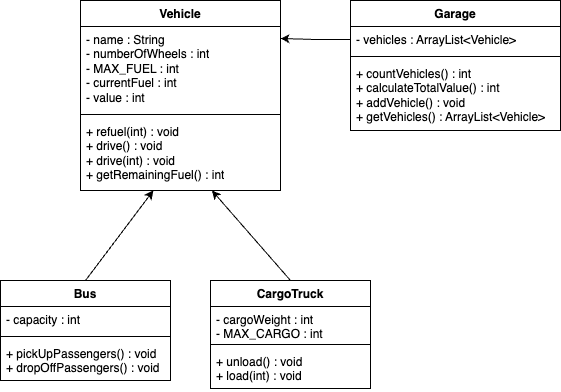
Before: Diagram.drawio.png, a diagram exported from draw.io (TDD66/PolymorphismLab). Source tidied: cells renumbered, new cells last; positions are measured from the earlier drawing's top-left corner, leaving out a move shared by most shapes.
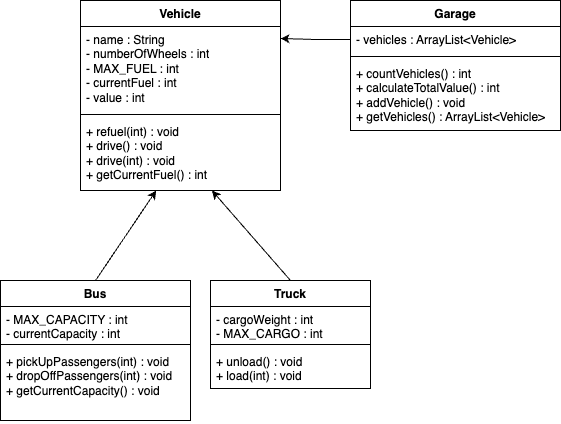
The same diagram one commit later.

What changed in the source:
```diff
@@ -11,7 +11,7 @@
     <mxCell id="4" style="line;strokeWidth=1;fillColor=none;align=left;verticalAlign=middle;spacingTop=-1;spacingLeft=3;spacingRight=3;labelPosition=right;strokeColor=inherit;" parent="2" vertex="1">
       <mxGeometry y="110" width="200" height="8" as="geometry" />
     </mxCell>
-    <mxCell id="5" value="+ refuel(int) : void&lt;br&gt;+ drive() : void&lt;br&gt;+ drive(int) : void&lt;br&gt;+ getRemainingFuel() : int" style="text;strokeColor=none;fillColor=none;align=left;verticalAlign=top;spacingLeft=4;spacingRight=4;overflow=hidden;points=[[0,0.5],[1,0.5]];portConstraint=eastwest;whiteSpace=wrap;html=1;" parent="2" vertex="1">
+    <mxCell id="5" value="+ refuel(int) : void&lt;br&gt;+ drive() : void&lt;br&gt;+ drive(int) : void&lt;br&gt;+ getCurrentFuel() : int" style="text;strokeColor=none;fillColor=none;align=left;verticalAlign=top;spacingLeft=4;spacingRight=4;overflow=hidden;points=[[0,0.5],[1,0.5]];portConstraint=eastwest;whiteSpace=wrap;html=1;" parent="2" vertex="1">
       <mxGeometry y="118" width="200" height="72" as="geometry" />
     </mxCell>
     <mxCell id="6" value="Garage" style="swimlane;fontStyle=1;align=center;verticalAlign=top;horizontal=1;startSize=26;whiteSpace=wrap;html=1;" parent="1" vertex="1">
@@ -27,18 +27,18 @@
       <mxGeometry y="60" width="210" height="70" as="geometry" />
     </mxCell>
     <mxCell id="10" value="Bus" style="swimlane;fontStyle=1;align=center;verticalAlign=top;horizontal=1;startSize=26;whiteSpace=wrap;html=1;" parent="1" vertex="1">
-      <mxGeometry y="280" width="170" height="100" as="geometry" />
+      <mxGeometry y="280" width="190" height="140" as="geometry" />
     </mxCell>
-    <mxCell id="11" value="- capacity : int" style="text;strokeColor=none;fillColor=none;align=left;verticalAlign=top;spacingLeft=4;spacingRight=4;overflow=hidden;whiteSpace=wrap;html=1;" parent="10" vertex="1">
-      <mxGeometry y="26" width="170" height="26" as="geometry" />
+    <mxCell id="11" value="- MAX_CAPACITY : int&lt;br&gt;- currentCapacity : int" style="text;strokeColor=none;fillColor=none;align=left;verticalAlign=top;spacingLeft=4;spacingRight=4;overflow=hidden;whiteSpace=wrap;html=1;" parent="10" vertex="1">
+      <mxGeometry y="26" width="190" height="34" as="geometry" />
     </mxCell>
     <mxCell id="12" style="line;strokeWidth=1;fillColor=none;align=left;verticalAlign=middle;spacingTop=-1;spacingLeft=3;spacingRight=3;labelPosition=right;strokeColor=inherit;" parent="10" vertex="1">
-      <mxGeometry y="52" width="170" height="8" as="geometry" />
+      <mxGeometry y="60" width="190" height="8" as="geometry" />
     </mxCell>
-    <mxCell id="13" value="+ pickUpPassengers() : void&lt;br&gt;+ dropOffPassengers() : void" style="text;strokeColor=none;fillColor=none;align=left;verticalAlign=top;spacingLeft=4;spacingRight=4;overflow=hidden;whiteSpace=wrap;html=1;" parent="10" vertex="1">
-      <mxGeometry y="60" width="170" height="40" as="geometry" />
+    <mxCell id="13" value="+ pickUpPassengers(int) : void&lt;br&gt;+ dropOffPassengers(int) : void&lt;br&gt;+ getCurrentCapacity() : void" style="text;strokeColor=none;fillColor=none;align=left;verticalAlign=top;spacingLeft=4;spacingRight=4;overflow=hidden;whiteSpace=wrap;html=1;" parent="10" vertex="1">
+      <mxGeometry y="68" width="190" height="72" as="geometry" />
     </mxCell>
-    <mxCell id="14" value="CargoTruck" style="swimlane;fontStyle=1;align=center;verticalAlign=top;horizontal=1;startSize=26;whiteSpace=wrap;html=1;" parent="1" vertex="1">
+    <mxCell id="14" value="Truck" style="swimlane;fontStyle=1;align=center;verticalAlign=top;horizontal=1;startSize=26;whiteSpace=wrap;html=1;" parent="1" vertex="1">
       <mxGeometry x="210" y="280" width="160" height="108" as="geometry" />
     </mxCell>
     <mxCell id="15" value="- cargoWeight : int&lt;br&gt;- MAX_CARGO : int" style="text;strokeColor=none;fillColor=none;align=left;verticalAlign=top;spacingLeft=4;spacingRight=4;overflow=hidden;whiteSpace=wrap;html=1;" parent="14" vertex="1">
```
